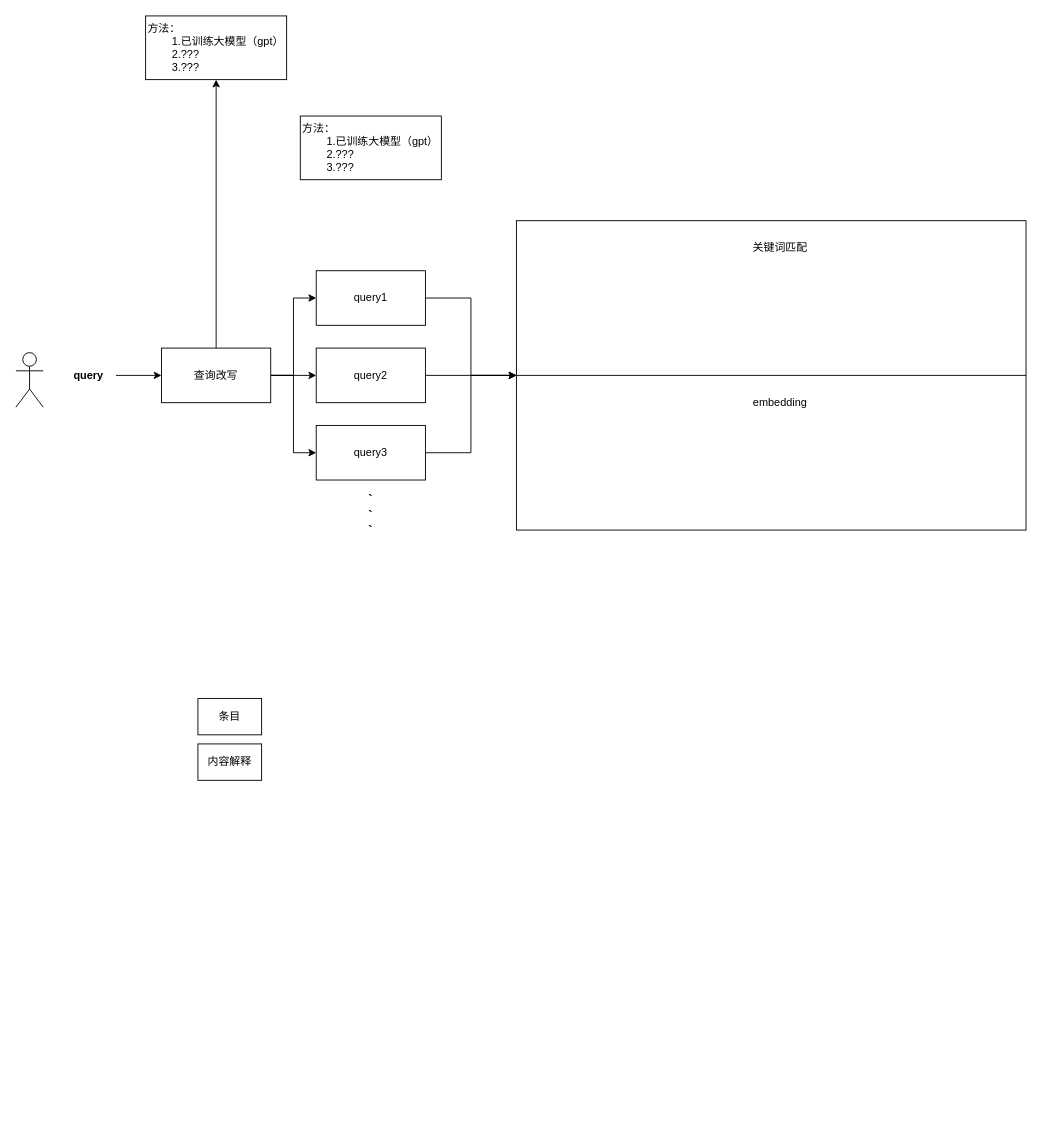
anonyTrc/SocialLGN-trc keeps this draw.io diagram as 未命名绘图.drawio. Above is the earlier version. Source tidied: cells renumbered, new cells numbered last; positions are measured from the earlier drawing's top-left corner, leaving out a move shared by most shapes. Both pictures are drawn from the tidied source at 91%, with x=0, y=0 at pixel (15, 15).
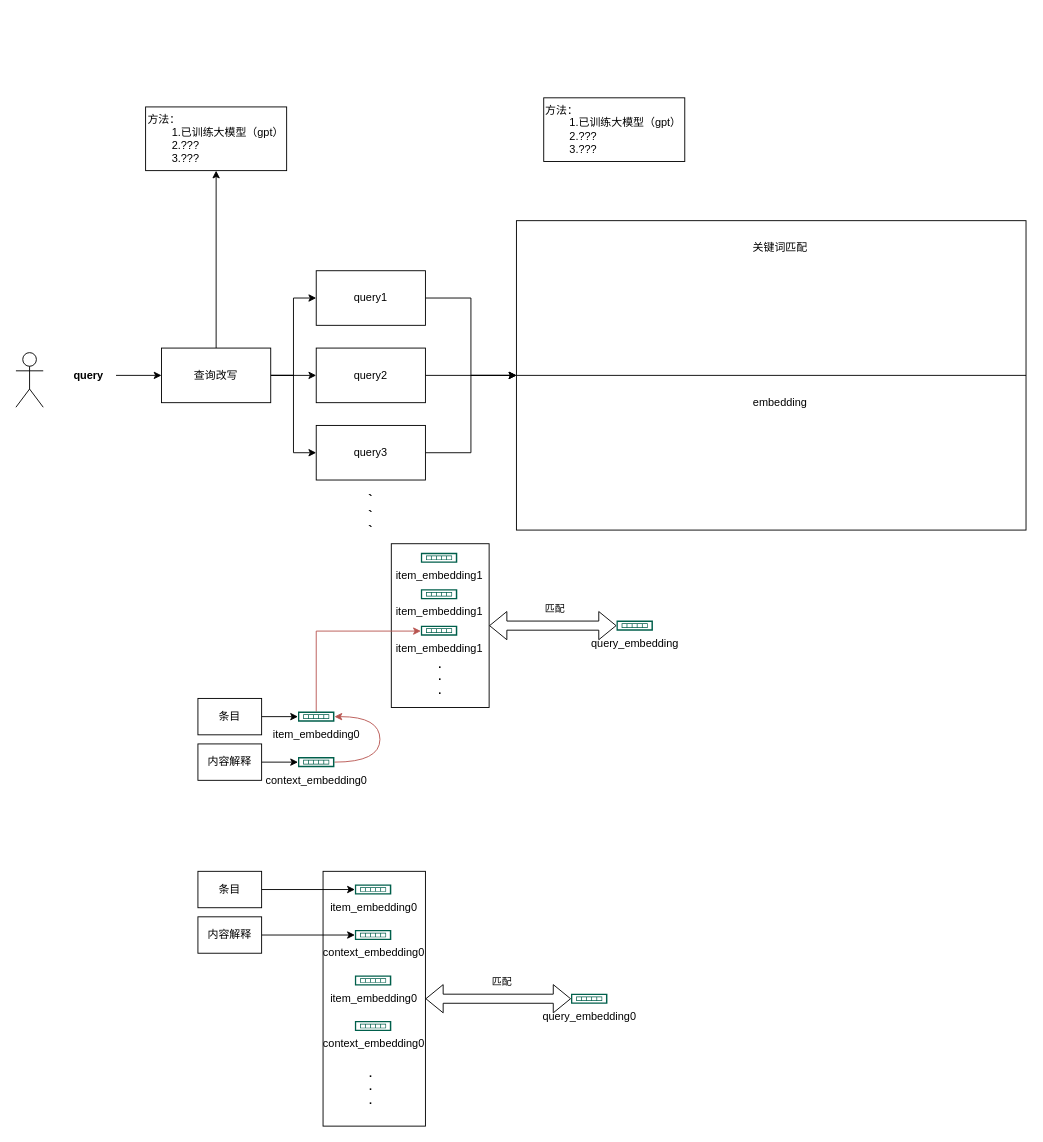
The same page after the edit.

Unchanged cells that the change refers to:
```xml
<mxCell id="23" value="内容解释" style="whiteSpace=wrap;html=1;" parent="1" vertex="1">
  <mxGeometry x="200" y="800" width="70" height="40" as="geometry" />
</mxCell>
<mxCell id="24" value="条目" style="whiteSpace=wrap;html=1;" parent="1" vertex="1">
  <mxGeometry x="200" y="750" width="70" height="40" as="geometry" />
</mxCell>
```

The edit, as a diff of the source:
```diff
@@
+    <mxCell id="25" style="rounded=0;whiteSpace=wrap;html=1;fillColor=none;" parent="1" vertex="1">
+      <mxGeometry x="412.5" y="580" width="107.5" height="180" as="geometry" />
+    </mxCell>
@@
     <mxCell id="10" value="方法：&lt;br&gt;&lt;span style=&quot;white-space: pre;&quot;&gt;&#9;&lt;/span&gt;1.已训练大模型（gpt）&lt;div&gt;&lt;span style=&quot;white-space: pre;&quot;&gt;&#9;&lt;/span&gt;2.???&lt;/div&gt;&lt;div&gt;&lt;span style=&quot;white-space: pre;&quot;&gt;&#9;&lt;/span&gt;3.???&lt;/div&gt;" style="whiteSpace=wrap;html=1;align=left;" parent="1" vertex="1">
-      <mxGeometry x="142.5" width="155" height="70" as="geometry" />
+      <mxGeometry x="142.5" y="100" width="155" height="70" as="geometry" />
     </mxCell>
@@
     <mxCell id="18" value="方法：&lt;br&gt;&lt;span style=&quot;white-space: pre;&quot;&gt;&#9;&lt;/span&gt;1.已训练大模型（gpt）&lt;div&gt;&lt;span style=&quot;white-space: pre;&quot;&gt;&#9;&lt;/span&gt;2.???&lt;/div&gt;&lt;div&gt;&lt;span style=&quot;white-space: pre;&quot;&gt;&#9;&lt;/span&gt;3.???&lt;/div&gt;" style="whiteSpace=wrap;html=1;align=left;" parent="1" vertex="1">
-      <mxGeometry x="312.5" y="110" width="155" height="70" as="geometry" />
+      <mxGeometry x="580" y="90" width="155" height="70" as="geometry" />
     </mxCell>
@@
+    <mxCell id="26" style="edgeStyle=orthogonalEdgeStyle;rounded=0;jettySize=auto;html=1;exitX=1;exitY=0.5;exitDx=0;exitDy=0;" parent="1" edge="1" source="23" target="31">
+      <mxGeometry relative="1" as="geometry" />
+    </mxCell>
@@
+    <mxCell id="27" style="edgeStyle=orthogonalEdgeStyle;rounded=0;jettySize=auto;html=1;" parent="1" edge="1" source="24" target="29">
+      <mxGeometry relative="1" as="geometry" />
+    </mxCell>
@@
+    <mxCell id="28" style="edgeStyle=orthogonalEdgeStyle;rounded=0;jettySize=auto;html=1;fillColor=#f8cecc;strokeColor=#b85450;" parent="1" edge="1" source="29" target="32">
+      <mxGeometry relative="1" as="geometry">
+        <Array as="points">
+          <mxPoint x="330" y="676" />
+        </Array>
+      </mxGeometry>
+    </mxCell>
+    <mxCell id="29" value="item_embedding0" style="sketch=0;shadow=0;dashed=0;html=1;strokeColor=none;fillColor=#005F4B;labelPosition=center;verticalLabelPosition=bottom;verticalAlign=top;align=center;outlineConnect=0;shape=mxgraph.veeam2.data_volume_snapshot;" parent="1" vertex="1">
+      <mxGeometry x="310" y="764.5" width="40" height="11" as="geometry" />
+    </mxCell>
+    <mxCell id="30" style="edgeStyle=orthogonalEdgeStyle;rounded=0;jettySize=auto;html=1;curved=1;fillColor=#f8cecc;strokeColor=#b85450;" parent="1" edge="1" source="31" target="29">
+      <mxGeometry relative="1" as="geometry">
+        <Array as="points">
+          <mxPoint x="400" y="820" />
+          <mxPoint x="400" y="770" />
+        </Array>
+      </mxGeometry>
+    </mxCell>
+    <mxCell id="31" value="context_embedding0" style="sketch=0;shadow=0;dashed=0;html=1;strokeColor=none;fillColor=#005F4B;labelPosition=center;verticalLabelPosition=bottom;verticalAlign=top;align=center;outlineConnect=0;shape=mxgraph.veeam2.data_volume_snapshot;" parent="1" vertex="1">
+      <mxGeometry x="310" y="814.5" width="40" height="11" as="geometry" />
+    </mxCell>
+    <mxCell id="32" value="item_embedding1" style="sketch=0;shadow=0;dashed=0;html=1;strokeColor=none;fillColor=#005F4B;labelPosition=center;verticalLabelPosition=bottom;verticalAlign=top;align=center;outlineConnect=0;shape=mxgraph.veeam2.data_volume_snapshot;" parent="1" vertex="1">
+      <mxGeometry x="445" y="670" width="40" height="11" as="geometry" />
+    </mxCell>
+    <mxCell id="33" style="edgeStyle=orthogonalEdgeStyle;rounded=0;jettySize=auto;html=1;exitX=1;exitY=0.5;exitDx=0;exitDy=0;" parent="1" edge="1" source="34" target="38">
+      <mxGeometry relative="1" as="geometry" />
+    </mxCell>
+    <mxCell id="34" value="内容解释" style="whiteSpace=wrap;html=1;" parent="1" vertex="1">
+      <mxGeometry x="200" y="990" width="70" height="40" as="geometry" />
+    </mxCell>
+    <mxCell id="35" style="edgeStyle=orthogonalEdgeStyle;rounded=0;jettySize=auto;html=1;" parent="1" edge="1" source="36" target="37">
+      <mxGeometry relative="1" as="geometry" />
+    </mxCell>
+    <mxCell id="36" value="条目" style="whiteSpace=wrap;html=1;" parent="1" vertex="1">
+      <mxGeometry x="200" y="940" width="70" height="40" as="geometry" />
+    </mxCell>
+    <mxCell id="37" value="item_embedding0" style="sketch=0;shadow=0;dashed=0;html=1;strokeColor=none;fillColor=#005F4B;labelPosition=center;verticalLabelPosition=bottom;verticalAlign=top;align=center;outlineConnect=0;shape=mxgraph.veeam2.data_volume_snapshot;" parent="1" vertex="1">
+      <mxGeometry x="372.5" y="954.5" width="40" height="11" as="geometry" />
+    </mxCell>
+    <mxCell id="38" value="context_embedding0" style="sketch=0;shadow=0;dashed=0;html=1;strokeColor=none;fillColor=#005F4B;labelPosition=center;verticalLabelPosition=bottom;verticalAlign=top;align=center;outlineConnect=0;shape=mxgraph.veeam2.data_volume_snapshot;" parent="1" vertex="1">
+      <mxGeometry x="372.5" y="1004.5" width="40" height="11" as="geometry" />
+    </mxCell>
+    <mxCell id="39" value="item_embedding1" style="sketch=0;shadow=0;dashed=0;html=1;strokeColor=none;fillColor=#005F4B;labelPosition=center;verticalLabelPosition=bottom;verticalAlign=top;align=center;shape=mxgraph.veeam2.data_volume_snapshot;" parent="1" vertex="1">
+      <mxGeometry x="445" y="630" width="40" height="11" as="geometry" />
+    </mxCell>
+    <mxCell id="40" value="item_embedding1" style="sketch=0;shadow=0;dashed=0;html=1;strokeColor=none;fillColor=#005F4B;labelPosition=center;verticalLabelPosition=bottom;verticalAlign=top;align=center;shape=mxgraph.veeam2.data_volume_snapshot;" parent="1" vertex="1">
+      <mxGeometry x="445" y="590" width="40" height="11" as="geometry" />
+    </mxCell>
+    <mxCell id="41" value="query_embedding" style="sketch=0;shadow=0;dashed=0;html=1;strokeColor=none;fillColor=#005F4B;labelPosition=center;verticalLabelPosition=bottom;verticalAlign=top;align=center;outlineConnect=0;shape=mxgraph.veeam2.data_volume_snapshot;" parent="1" vertex="1">
+      <mxGeometry x="660" y="664.5" width="40" height="11" as="geometry" />
+    </mxCell>
+    <mxCell id="42" style="shape=flexArrow;endArrow=classic;startArrow=classic;html=1;rounded=0;exitX=1;exitY=0.5;exitDx=0;exitDy=0;" parent="1" edge="1" source="25" target="41">
+      <mxGeometry relative="1" as="geometry" />
+    </mxCell>
+    <mxCell id="43" value="匹配" style="edgeLabel;html=1;align=center;verticalAlign=middle;" parent="42" vertex="1">
+      <mxGeometry x="0.2" y="-3" relative="1" as="geometry">
+        <mxPoint x="-13" y="-23" as="offset" />
+      </mxGeometry>
+    </mxCell>
+    <mxCell id="44" style="rounded=0;whiteSpace=wrap;html=1;fillColor=none;" parent="1" vertex="1">
+      <mxGeometry x="337.5" y="940" width="112.5" height="280" as="geometry" />
+    </mxCell>
+    <mxCell id="45" value="item_embedding0" style="sketch=0;shadow=0;dashed=0;html=1;strokeColor=none;fillColor=#005F4B;labelPosition=center;verticalLabelPosition=bottom;verticalAlign=top;align=center;shape=mxgraph.veeam2.data_volume_snapshot;" parent="1" vertex="1">
+      <mxGeometry x="372.5" y="1054.5" width="40" height="11" as="geometry" />
+    </mxCell>
+    <mxCell id="46" value="context_embedding0" style="sketch=0;shadow=0;dashed=0;html=1;strokeColor=none;fillColor=#005F4B;labelPosition=center;verticalLabelPosition=bottom;verticalAlign=top;align=center;shape=mxgraph.veeam2.data_volume_snapshot;" parent="1" vertex="1">
+      <mxGeometry x="372.5" y="1104.5" width="40" height="11" as="geometry" />
+    </mxCell>
+    <mxCell id="47" value="&lt;b&gt;·&lt;/b&gt;&lt;div&gt;&lt;b&gt;·&lt;/b&gt;&lt;/div&gt;&lt;div&gt;&lt;b&gt;·&lt;/b&gt;&lt;/div&gt;" style="text;html=1;align=center;verticalAlign=middle;strokeColor=none;fillColor=none;" parent="1" vertex="1">
+      <mxGeometry x="451.2" y="700" width="30" height="60" as="geometry" />
+    </mxCell>
+    <mxCell id="48" value="&lt;b&gt;·&lt;/b&gt;&lt;div&gt;&lt;b&gt;·&lt;/b&gt;&lt;/div&gt;&lt;div&gt;&lt;b&gt;·&lt;/b&gt;&lt;/div&gt;" style="text;html=1;align=center;verticalAlign=middle;strokeColor=none;fillColor=none;" parent="1" vertex="1">
+      <mxGeometry x="375" y="1150" width="30" height="60" as="geometry" />
+    </mxCell>
+    <mxCell id="49" value="query_embedding0" style="sketch=0;shadow=0;dashed=0;html=1;strokeColor=none;fillColor=#005F4B;labelPosition=center;verticalLabelPosition=bottom;verticalAlign=top;align=center;outlineConnect=0;shape=mxgraph.veeam2.data_volume_snapshot;" parent="1" vertex="1">
+      <mxGeometry x="610" y="1074.5" width="40" height="11" as="geometry" />
+    </mxCell>
+    <mxCell id="50" style="shape=flexArrow;endArrow=classic;startArrow=classic;html=1;rounded=0;exitX=1;exitY=0.5;exitDx=0;exitDy=0;" parent="1" edge="1" source="44" target="49">
+      <mxGeometry relative="1" as="geometry" />
+    </mxCell>
+    <mxCell id="51" value="匹配" style="edgeLabel;html=1;align=center;verticalAlign=middle;" parent="50" vertex="1">
+      <mxGeometry x="0.2" y="-3" relative="1" as="geometry">
+        <mxPoint x="-13" y="-23" as="offset" />
+      </mxGeometry>
+    </mxCell>
```
